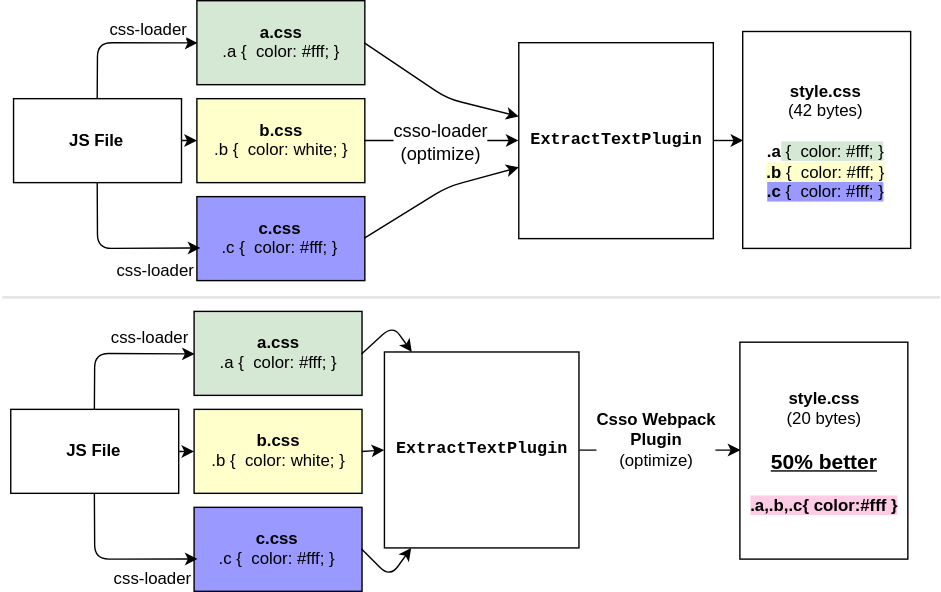
This is docs/img/better-full.svg from zoobestik/csso-webpack-plugin, a draw.io export, as it was before one commit. Source tidied: cells renumbered, new cells last; positions are measured from the earlier drawing's top-left corner, leaving out a move shared by most shapes. The source it was exported from:
```xml
<mxGraphModel background="#ffffff">
  <root>
    <mxCell id="0" />
    <mxCell id="1" parent="0" />
    <mxCell id="2" style="group;" parent="1" vertex="1">
      <mxGeometry x="8" width="641" height="200" as="geometry" />
    </mxCell>
    <mxCell id="3" value="&lt;b&gt;JS File&lt;/b&gt;" style="whiteSpace=wrap;html=1;" parent="2" vertex="1">
      <mxGeometry y="70" width="120" height="60" as="geometry" />
    </mxCell>
    <mxCell id="4" value="&lt;b&gt;a.css&lt;/b&gt;&lt;div&gt;.a { &amp;nbsp;color: #fff; }&lt;br&gt;&lt;/div&gt;" style="whiteSpace=wrap;html=1;fillColor=#D5E8D4;" parent="2" vertex="1">
      <mxGeometry x="131" width="120" height="60" as="geometry" />
    </mxCell>
    <mxCell id="5" value="&lt;b&gt;b.css&lt;/b&gt;&lt;br&gt;.b { &amp;nbsp;color: white; }&lt;br&gt;" style="whiteSpace=wrap;html=1;fillColor=#FFFFCC;" parent="2" vertex="1">
      <mxGeometry x="131" y="70" width="120" height="60" as="geometry" />
    </mxCell>
    <mxCell id="6" value="&lt;b&gt;c&lt;span&gt;.css&lt;/span&gt;&lt;/b&gt;&lt;div&gt;.c { &amp;nbsp;color: #fff; }&lt;span&gt;&lt;br&gt;&lt;/span&gt;&lt;/div&gt;" style="whiteSpace=wrap;html=1;fillColor=#9999FF;" parent="2" vertex="1">
      <mxGeometry x="131" y="140" width="120" height="60" as="geometry" />
    </mxCell>
    <mxCell id="7" style="endArrow=classic;html=1;exitX=0.5;exitY=1;entryX=0.017;entryY=0.617;entryPerimeter=0;" parent="2" edge="1" source="3" target="6">
      <mxGeometry relative="1" as="geometry">
        <Array as="points">
          <mxPoint x="60" y="177" />
        </Array>
      </mxGeometry>
    </mxCell>
    <mxCell id="8" value="css-loader" style="text;html=1;align=center;verticalAlign=middle;labelBackgroundColor=#ffffff;" parent="7" vertex="1">
      <mxGeometry x="0.4" relative="1" as="geometry">
        <mxPoint x="4" y="15" as="offset" />
      </mxGeometry>
    </mxCell>
    <mxCell id="9" style="endArrow=classic;html=1;exitX=0.5;exitY=0;entryX=0;entryY=0.5;" parent="2" edge="1" source="3" target="4">
      <mxGeometry relative="1" as="geometry">
        <Array as="points">
          <mxPoint x="60" y="30" />
        </Array>
      </mxGeometry>
    </mxCell>
    <mxCell id="10" style="endArrow=classic;html=1;exitX=1;exitY=0.5;" parent="2" edge="1" source="3" target="5">
      <mxGeometry relative="1" as="geometry" />
    </mxCell>
    <mxCell id="11" value="css-loader" style="text;html=1;align=center;verticalAlign=middle;labelBackgroundColor=#ffffff;" parent="2" vertex="1">
      <mxGeometry x="110" y="6" as="geometry">
        <mxPoint x="-14" y="13" as="offset" />
      </mxGeometry>
    </mxCell>
    <mxCell id="12" value="&lt;pre&gt;&lt;span&gt;&lt;b&gt;ExtractTextPlugin&lt;/b&gt;&lt;/span&gt;&lt;/pre&gt;" style="whiteSpace=wrap;html=1;" parent="2" vertex="1">
      <mxGeometry x="361" y="30" width="139" height="140" as="geometry" />
    </mxCell>
    <mxCell id="13" style="endArrow=classic;html=1;exitX=1;exitY=0.5;" parent="2" edge="1" source="6" target="12">
      <mxGeometry relative="1" as="geometry">
        <Array as="points">
          <mxPoint x="310" y="133" />
        </Array>
      </mxGeometry>
    </mxCell>
    <mxCell id="14" value="&lt;font style=&quot;font-size: 13px&quot;&gt;csso-loader&lt;br&gt;(optimize)&lt;/font&gt;" style="endArrow=classic;html=1;exitX=1;exitY=0.5;entryX=0;entryY=0.5;" parent="2" edge="1" source="5" target="12">
      <mxGeometry relative="1" as="geometry" />
    </mxCell>
    <mxCell id="15" style="endArrow=classic;html=1;exitX=1;exitY=0.5;" parent="2" edge="1" source="4" target="12">
      <mxGeometry relative="1" as="geometry">
        <Array as="points">
          <mxPoint x="310" y="70" />
        </Array>
      </mxGeometry>
    </mxCell>
    <mxCell id="16" value="&lt;b&gt;style.css&lt;/b&gt;&lt;br&gt;(42 bytes)&lt;br&gt;&lt;br&gt;&lt;span style=&quot;font-weight: bold&quot;&gt;.a&lt;/span&gt;&lt;span style=&quot;background-color: rgb(213 , 232 , 212)&quot;&gt; { &amp;nbsp;color: #fff; }&lt;/span&gt;&lt;br&gt;&lt;span style=&quot;background-color: rgb(255 , 255 , 204)&quot;&gt;&lt;b&gt;.b&lt;/b&gt; { &amp;nbsp;color: #fff; }&lt;/span&gt;&lt;br&gt;&lt;span style=&quot;background-color: rgb(153 , 153 , 255)&quot;&gt;&lt;b&gt;.c&lt;/b&gt; { &amp;nbsp;color: #fff; }&lt;/span&gt;&lt;br&gt;" style="whiteSpace=wrap;html=1;" parent="2" vertex="1">
      <mxGeometry x="521" y="22" width="120" height="155" as="geometry" />
    </mxCell>
    <mxCell id="17" style="endArrow=classic;html=1;exitX=1;exitY=0.5;entryX=0;entryY=0.5;" parent="2" edge="1" source="12" target="16">
      <mxGeometry relative="1" as="geometry" />
    </mxCell>
    <mxCell id="18" style="group;" parent="1" vertex="1">
      <mxGeometry x="6" y="222" width="641" height="200" as="geometry" />
    </mxCell>
    <mxCell id="19" value="&lt;b&gt;JS File&lt;/b&gt;" style="whiteSpace=wrap;html=1;" parent="18" vertex="1">
      <mxGeometry y="70" width="120" height="60" as="geometry" />
    </mxCell>
    <mxCell id="20" value="&lt;b&gt;a.css&lt;/b&gt;&lt;div&gt;.a { &amp;nbsp;color: #fff; }&lt;br&gt;&lt;/div&gt;" style="whiteSpace=wrap;html=1;fillColor=#D5E8D4;" parent="18" vertex="1">
      <mxGeometry x="131" width="120" height="60" as="geometry" />
    </mxCell>
    <mxCell id="21" value="&lt;b&gt;b.css&lt;/b&gt;&lt;br&gt;.b { &amp;nbsp;color: white; }&lt;br&gt;" style="whiteSpace=wrap;html=1;fillColor=#FFFFCC;" parent="18" vertex="1">
      <mxGeometry x="131" y="70" width="120" height="60" as="geometry" />
    </mxCell>
    <mxCell id="22" value="&lt;b&gt;c&lt;span&gt;.css&lt;/span&gt;&lt;/b&gt;&lt;div&gt;.c { &amp;nbsp;color: #fff; }&lt;span&gt;&lt;br&gt;&lt;/span&gt;&lt;/div&gt;" style="whiteSpace=wrap;html=1;fillColor=#9999FF;" parent="18" vertex="1">
      <mxGeometry x="131" y="140" width="120" height="60" as="geometry" />
    </mxCell>
    <mxCell id="23" style="endArrow=classic;html=1;exitX=0.5;exitY=1;entryX=0.017;entryY=0.617;entryPerimeter=0;" parent="18" edge="1" source="19" target="22">
      <mxGeometry relative="1" as="geometry">
        <Array as="points">
          <mxPoint x="60" y="177" />
        </Array>
      </mxGeometry>
    </mxCell>
    <mxCell id="24" value="css-loader" style="text;html=1;align=center;verticalAlign=middle;labelBackgroundColor=#ffffff;" parent="23" vertex="1">
      <mxGeometry x="0.4" relative="1" as="geometry">
        <mxPoint x="4" y="13" as="offset" />
      </mxGeometry>
    </mxCell>
    <mxCell id="25" style="endArrow=classic;html=1;exitX=0.5;exitY=0;entryX=0;entryY=0.5;" parent="18" edge="1" source="19" target="20">
      <mxGeometry relative="1" as="geometry">
        <Array as="points">
          <mxPoint x="60" y="30" />
        </Array>
      </mxGeometry>
    </mxCell>
    <mxCell id="26" style="endArrow=classic;html=1;exitX=1;exitY=0.5;" parent="18" edge="1" source="19" target="21">
      <mxGeometry relative="1" as="geometry" />
    </mxCell>
    <mxCell id="27" value="css-loader" style="text;html=1;align=center;verticalAlign=middle;labelBackgroundColor=#ffffff;" parent="18" vertex="1">
      <mxGeometry x="110" y="6" as="geometry">
        <mxPoint x="-11" y="11" as="offset" />
      </mxGeometry>
    </mxCell>
    <mxCell id="28" value="&lt;pre&gt;&lt;span&gt;&lt;b&gt;ExtractTextPlugin&lt;/b&gt;&lt;/span&gt;&lt;/pre&gt;" style="whiteSpace=wrap;html=1;" parent="18" vertex="1">
      <mxGeometry x="267" y="29" width="139" height="140" as="geometry" />
    </mxCell>
    <mxCell id="29" style="endArrow=classic;html=1;exitX=1;exitY=0.5;" parent="18" edge="1" source="22" target="28">
      <mxGeometry relative="1" as="geometry">
        <Array as="points">
          <mxPoint x="271" y="190" />
        </Array>
      </mxGeometry>
    </mxCell>
    <mxCell id="30" value="&lt;div&gt;&lt;br&gt;&lt;/div&gt;" style="endArrow=classic;html=1;exitX=1;exitY=0.5;entryX=0;entryY=0.5;" parent="18" edge="1" source="21" target="28">
      <mxGeometry relative="1" as="geometry" />
    </mxCell>
    <mxCell id="31" style="endArrow=classic;html=1;exitX=1;exitY=0.5;" parent="18" edge="1" source="20" target="28">
      <mxGeometry relative="1" as="geometry">
        <Array as="points">
          <mxPoint x="273" y="10" />
        </Array>
      </mxGeometry>
    </mxCell>
    <mxCell id="32" value="&lt;b&gt;style.css&lt;/b&gt;&lt;br&gt;(20 bytes)&lt;br&gt;&lt;br&gt;&lt;u&gt;&lt;b&gt;&lt;font style=&quot;font-size: 15px&quot;&gt;50% better&lt;/font&gt;&lt;/b&gt;&lt;/u&gt;&lt;br&gt;&lt;br&gt;&lt;span style=&quot;background-color: rgb(255 , 204 , 230)&quot;&gt;&lt;span style=&quot;font-weight: bold&quot;&gt;.&lt;/span&gt;&lt;b&gt;a,.b,.c{ color:#fff }&lt;/b&gt;&lt;/span&gt;&lt;br&gt;" style="whiteSpace=wrap;html=1;" parent="18" vertex="1">
      <mxGeometry x="521" y="22" width="120" height="155" as="geometry" />
    </mxCell>
    <mxCell id="33" style="endArrow=classic;html=1;exitX=1;exitY=0.5;entryX=0;entryY=0.5;" parent="18" edge="1" source="28" target="32">
      <mxGeometry relative="1" as="geometry" />
    </mxCell>
    <mxCell id="34" value="&lt;b&gt;Csso Webpack&lt;br&gt;Plugin&lt;/b&gt;&lt;br&gt;(optimize)" style="text;html=1;points=[];align=center;verticalAlign=middle;labelBackgroundColor=#ffffff;" parent="33" vertex="1">
      <mxGeometry x="0.32" y="1" relative="1" as="geometry">
        <mxPoint x="-21" y="-8" as="offset" />
      </mxGeometry>
    </mxCell>
    <mxCell id="35" style="line;html=1;strokeWidth=2;fillColor=none;align=left;verticalAlign=middle;spacingTop=-1;spacingLeft=3;spacingRight=3;labelPosition=right;strokeColor=#E6E6E6;" parent="1" vertex="1">
      <mxGeometry y="208" width="670" height="8" as="geometry" />
    </mxCell>
  </root>
</mxGraphModel>
```
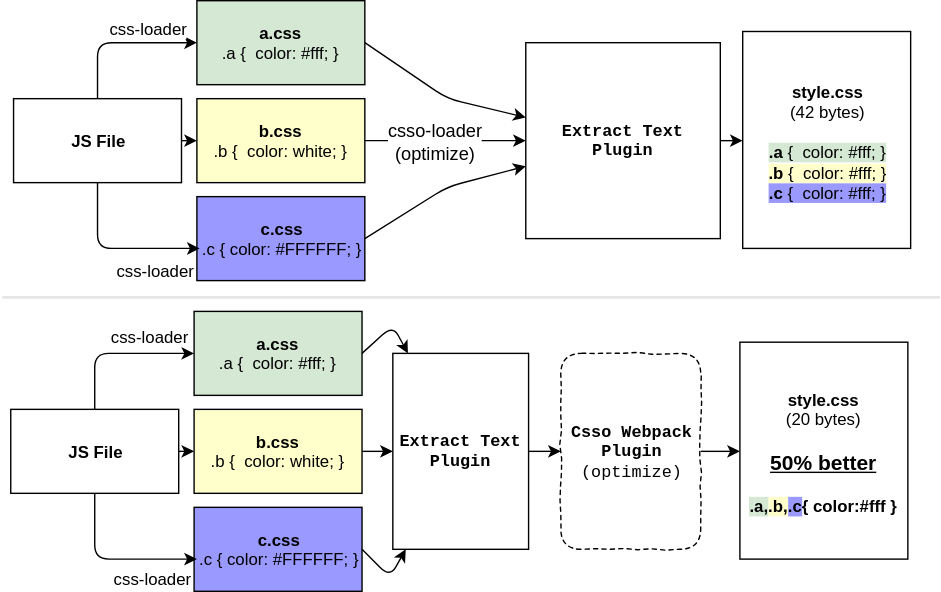
Later version of the same file.

Commit message:
Improve svg charts

Diff of the diagram source:
```diff
@@ -14,7 +14,7 @@
     <mxCell id="5" value="&lt;b&gt;b.css&lt;/b&gt;&lt;br&gt;.b { &amp;nbsp;color: white; }&lt;br&gt;" style="whiteSpace=wrap;html=1;fillColor=#FFFFCC;" parent="2" vertex="1">
       <mxGeometry x="131" y="70" width="120" height="60" as="geometry" />
     </mxCell>
-    <mxCell id="6" value="&lt;b&gt;c&lt;span&gt;.css&lt;/span&gt;&lt;/b&gt;&lt;div&gt;.c { &amp;nbsp;color: #fff; }&lt;span&gt;&lt;br&gt;&lt;/span&gt;&lt;/div&gt;" style="whiteSpace=wrap;html=1;fillColor=#9999FF;" parent="2" vertex="1">
+    <mxCell id="6" value="&lt;b&gt;c&lt;span&gt;.css&lt;/span&gt;&lt;/b&gt;&lt;div&gt;.c { color: #FFFFFF; }&lt;span&gt;&lt;br&gt;&lt;/span&gt;&lt;/div&gt;" style="whiteSpace=wrap;html=1;fillColor=#9999FF;" parent="2" vertex="1">
       <mxGeometry x="131" y="140" width="120" height="60" as="geometry" />
     </mxCell>
     <mxCell id="7" style="endArrow=classic;html=1;exitX=0.5;exitY=1;entryX=0.017;entryY=0.617;entryPerimeter=0;" parent="2" edge="1" source="3" target="6">
@@ -44,8 +44,8 @@
         <mxPoint x="-14" y="13" as="offset" />
       </mxGeometry>
     </mxCell>
-    <mxCell id="12" value="&lt;pre&gt;&lt;span&gt;&lt;b&gt;ExtractTextPlugin&lt;/b&gt;&lt;/span&gt;&lt;/pre&gt;" style="whiteSpace=wrap;html=1;" parent="2" vertex="1">
-      <mxGeometry x="361" y="30" width="139" height="140" as="geometry" />
+    <mxCell id="12" value="&lt;pre&gt;&lt;span&gt;&lt;b&gt;Extract Text&lt;br/&gt;Plugin&lt;/b&gt;&lt;/span&gt;&lt;/pre&gt;" style="whiteSpace=wrap;html=1;" parent="2" vertex="1">
+      <mxGeometry x="366" y="30" width="139" height="140" as="geometry" />
     </mxCell>
     <mxCell id="13" style="endArrow=classic;html=1;exitX=1;exitY=0.5;" parent="2" edge="1" source="6" target="12">
       <mxGeometry relative="1" as="geometry">
@@ -55,7 +55,7 @@
       </mxGeometry>
     </mxCell>
     <mxCell id="14" value="&lt;font style=&quot;font-size: 13px&quot;&gt;csso-loader&lt;br&gt;(optimize)&lt;/font&gt;" style="endArrow=classic;html=1;exitX=1;exitY=0.5;entryX=0;entryY=0.5;" parent="2" edge="1" source="5" target="12">
-      <mxGeometry relative="1" as="geometry" />
+      <mxGeometry x="-0.13" relative="1" as="geometry" />
     </mxCell>
     <mxCell id="15" style="endArrow=classic;html=1;exitX=1;exitY=0.5;" parent="2" edge="1" source="4" target="12">
       <mxGeometry relative="1" as="geometry">
@@ -64,7 +64,7 @@
         </Array>
       </mxGeometry>
     </mxCell>
-    <mxCell id="16" value="&lt;b&gt;style.css&lt;/b&gt;&lt;br&gt;(42 bytes)&lt;br&gt;&lt;br&gt;&lt;span style=&quot;font-weight: bold&quot;&gt;.a&lt;/span&gt;&lt;span style=&quot;background-color: rgb(213 , 232 , 212)&quot;&gt; { &amp;nbsp;color: #fff; }&lt;/span&gt;&lt;br&gt;&lt;span style=&quot;background-color: rgb(255 , 255 , 204)&quot;&gt;&lt;b&gt;.b&lt;/b&gt; { &amp;nbsp;color: #fff; }&lt;/span&gt;&lt;br&gt;&lt;span style=&quot;background-color: rgb(153 , 153 , 255)&quot;&gt;&lt;b&gt;.c&lt;/b&gt; { &amp;nbsp;color: #fff; }&lt;/span&gt;&lt;br&gt;" style="whiteSpace=wrap;html=1;" parent="2" vertex="1">
+    <mxCell id="16" value="&lt;b&gt;style.css&lt;/b&gt;&lt;br&gt;(42 bytes)&lt;br&gt;&lt;br&gt;&lt;span style=&quot;background-color: rgb(213 , 232 , 212)&quot;&gt;&lt;span style=&quot;font-weight: bold&quot;&gt;.a&lt;/span&gt; { &amp;nbsp;&lt;/span&gt;&lt;span style=&quot;background-color: rgb(213 , 232 , 212)&quot;&gt;color: #fff; }&lt;/span&gt;&lt;br&gt;&lt;span style=&quot;background-color: rgb(255 , 255 , 204)&quot;&gt;&lt;b&gt;.b&lt;/b&gt; { &amp;nbsp;color: #fff; }&lt;/span&gt;&lt;br&gt;&lt;span style=&quot;background-color: rgb(153 , 153 , 255)&quot;&gt;&lt;b&gt;.c&lt;/b&gt; { &amp;nbsp;color: #fff; }&lt;/span&gt;&lt;br&gt;" style="whiteSpace=wrap;html=1;" parent="2" vertex="1">
       <mxGeometry x="521" y="22" width="120" height="155" as="geometry" />
     </mxCell>
     <mxCell id="17" style="endArrow=classic;html=1;exitX=1;exitY=0.5;entryX=0;entryY=0.5;" parent="2" edge="1" source="12" target="16">
@@ -82,7 +82,7 @@
     <mxCell id="21" value="&lt;b&gt;b.css&lt;/b&gt;&lt;br&gt;.b { &amp;nbsp;color: white; }&lt;br&gt;" style="whiteSpace=wrap;html=1;fillColor=#FFFFCC;" parent="18" vertex="1">
       <mxGeometry x="131" y="70" width="120" height="60" as="geometry" />
     </mxCell>
-    <mxCell id="22" value="&lt;b&gt;c&lt;span&gt;.css&lt;/span&gt;&lt;/b&gt;&lt;div&gt;.c { &amp;nbsp;color: #fff; }&lt;span&gt;&lt;br&gt;&lt;/span&gt;&lt;/div&gt;" style="whiteSpace=wrap;html=1;fillColor=#9999FF;" parent="18" vertex="1">
+    <mxCell id="22" value="&lt;div&gt;&lt;b&gt;c.css&lt;/b&gt;&lt;div&gt;.c { color: #FFFFFF; }&lt;/div&gt;&lt;/div&gt;" style="whiteSpace=wrap;html=1;fillColor=#9999FF;" parent="18" vertex="1">
       <mxGeometry x="131" y="140" width="120" height="60" as="geometry" />
     </mxCell>
     <mxCell id="23" style="endArrow=classic;html=1;exitX=0.5;exitY=1;entryX=0.017;entryY=0.617;entryPerimeter=0;" parent="18" edge="1" source="19" target="22">
@@ -112,8 +112,8 @@
         <mxPoint x="-11" y="11" as="offset" />
       </mxGeometry>
     </mxCell>
-    <mxCell id="28" value="&lt;pre&gt;&lt;span&gt;&lt;b&gt;ExtractTextPlugin&lt;/b&gt;&lt;/span&gt;&lt;/pre&gt;" style="whiteSpace=wrap;html=1;" parent="18" vertex="1">
-      <mxGeometry x="267" y="29" width="139" height="140" as="geometry" />
+    <mxCell id="28" value="&lt;pre&gt;&lt;span&gt;&lt;b&gt;Extract Text&lt;br&gt;Plugin&lt;/b&gt;&lt;/span&gt;&lt;/pre&gt;" style="whiteSpace=wrap;html=1;align=center;verticalAlign=middle;" parent="18" vertex="1">
+      <mxGeometry x="273" y="30" width="97" height="140" as="geometry" />
     </mxCell>
     <mxCell id="29" style="endArrow=classic;html=1;exitX=1;exitY=0.5;" parent="18" edge="1" source="22" target="28">
       <mxGeometry relative="1" as="geometry">
@@ -132,16 +132,17 @@
         </Array>
       </mxGeometry>
     </mxCell>
-    <mxCell id="32" value="&lt;b&gt;style.css&lt;/b&gt;&lt;br&gt;(20 bytes)&lt;br&gt;&lt;br&gt;&lt;u&gt;&lt;b&gt;&lt;font style=&quot;font-size: 15px&quot;&gt;50% better&lt;/font&gt;&lt;/b&gt;&lt;/u&gt;&lt;br&gt;&lt;br&gt;&lt;span style=&quot;background-color: rgb(255 , 204 , 230)&quot;&gt;&lt;span style=&quot;font-weight: bold&quot;&gt;.&lt;/span&gt;&lt;b&gt;a,.b,.c{ color:#fff }&lt;/b&gt;&lt;/span&gt;&lt;br&gt;" style="whiteSpace=wrap;html=1;" parent="18" vertex="1">
+    <mxCell id="32" value="&lt;b&gt;style.css&lt;/b&gt;&lt;br&gt;(20 bytes)&lt;br&gt;&lt;br&gt;&lt;u&gt;&lt;b&gt;&lt;font style=&quot;font-size: 15px&quot;&gt;50% better&lt;/font&gt;&lt;/b&gt;&lt;/u&gt;&lt;br&gt;&lt;br&gt;&lt;span style=&quot;font-weight: bold ; background-color: rgb(213 , 232 , 212)&quot;&gt;.&lt;/span&gt;&lt;b&gt;&lt;span style=&quot;background-color: rgb(213 , 232 , 212)&quot;&gt;a,&lt;/span&gt;&lt;span style=&quot;background-color: rgb(255 , 255 , 204)&quot;&gt;.b,&lt;/span&gt;&lt;span style=&quot;background-color: rgb(153 , 153 , 255)&quot;&gt;.c&lt;/span&gt;{ color:#fff }&lt;/b&gt;&lt;br&gt;" style="whiteSpace=wrap;html=1;" parent="18" vertex="1">
       <mxGeometry x="521" y="22" width="120" height="155" as="geometry" />
     </mxCell>
-    <mxCell id="33" style="endArrow=classic;html=1;exitX=1;exitY=0.5;entryX=0;entryY=0.5;" parent="18" edge="1" source="28" target="32">
+    <mxCell id="33" style="endArrow=classic;html=1;exitX=1;exitY=0.5;entryX=0;entryY=0.5;" parent="18" edge="1" source="28" target="34">
       <mxGeometry relative="1" as="geometry" />
     </mxCell>
+    <mxCell id="36" style="edgeStyle=orthogonalEdgeStyle;rounded=0;html=1;jettySize=auto;" parent="18" edge="1" source="34" target="32">
+      <mxGeometry relative="1" as="geometry" />
+    </mxCell>
-    <mxCell id="34" value="&lt;b&gt;Csso Webpack&lt;br&gt;Plugin&lt;/b&gt;&lt;br&gt;(optimize)" style="text;html=1;points=[];align=center;verticalAlign=middle;labelBackgroundColor=#ffffff;" parent="33" vertex="1">
-      <mxGeometry x="0.32" y="1" relative="1" as="geometry">
-        <mxPoint x="-21" y="-8" as="offset" />
-      </mxGeometry>
+    <mxCell id="34" value="&lt;pre&gt;&lt;b&gt;Csso Webpack&lt;br&gt;Plugin&lt;/b&gt;&lt;br&gt;&lt;span&gt;(optimize)&lt;/span&gt;&lt;br&gt;&lt;/pre&gt;" style="whiteSpace=wrap;html=1;shadow=0;glass=1;rounded=1;comic=1;dashed=1;" parent="18" vertex="1">
+      <mxGeometry x="393" y="30" width="100" height="140" as="geometry" />
     </mxCell>
     <mxCell id="35" style="line;html=1;strokeWidth=2;fillColor=none;align=left;verticalAlign=middle;spacingTop=-1;spacingLeft=3;spacingRight=3;labelPosition=right;strokeColor=#E6E6E6;" parent="1" vertex="1">
       <mxGeometry y="208" width="670" height="8" as="geometry" />
```
